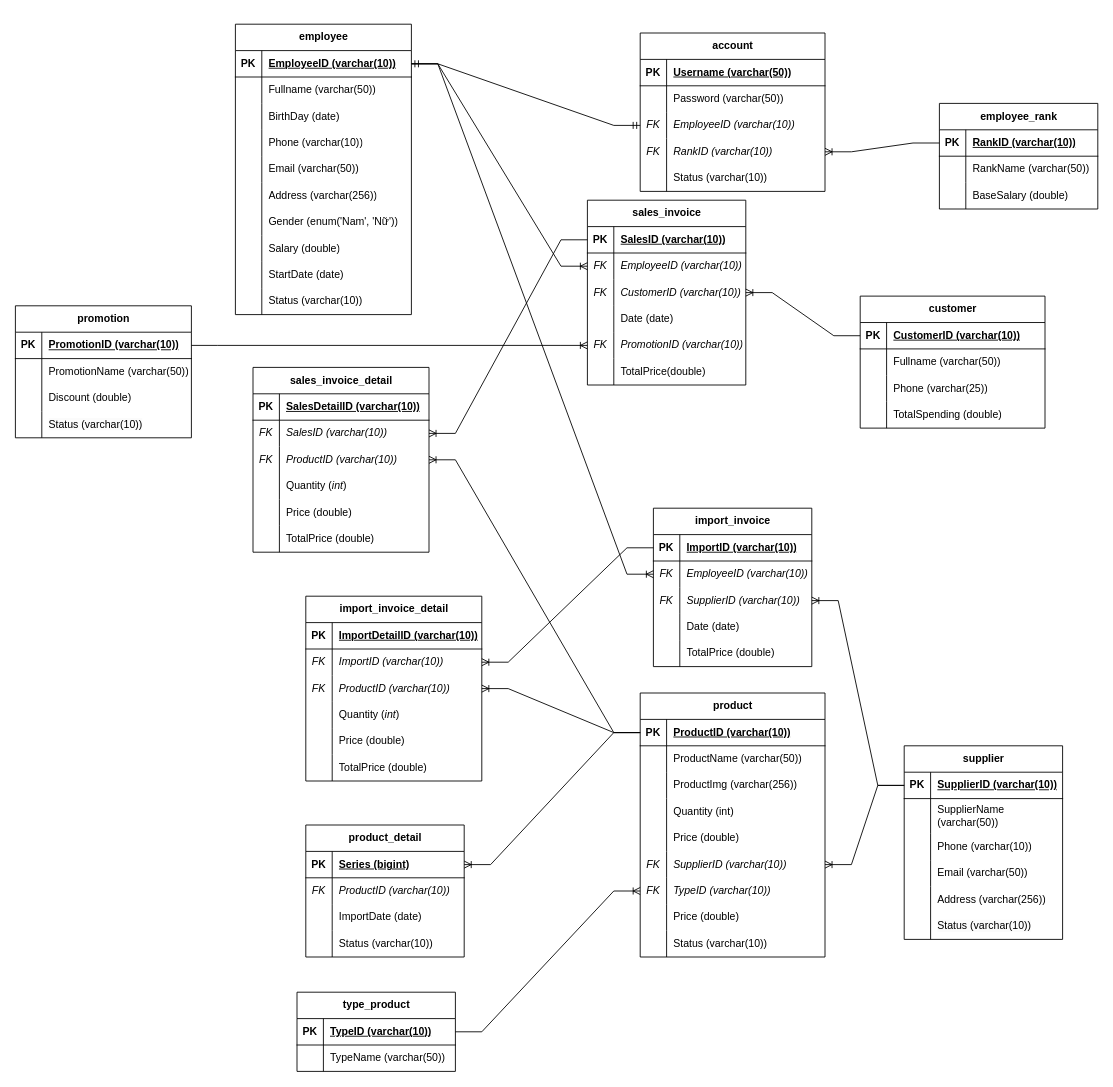
This is badmintonshopmanagerERD.drawio from NguyenToanThang-kotaru/BadmintonShopMangager, a draw.io file, before an edit. Source tidied: cells renumbered, new cells numbered last; positions are measured from the earlier drawing's top-left corner, leaving out a move shared by most shapes. Both pictures are drawn from the tidied source at 88%, with x=0, y=0 at pixel (15, 24).
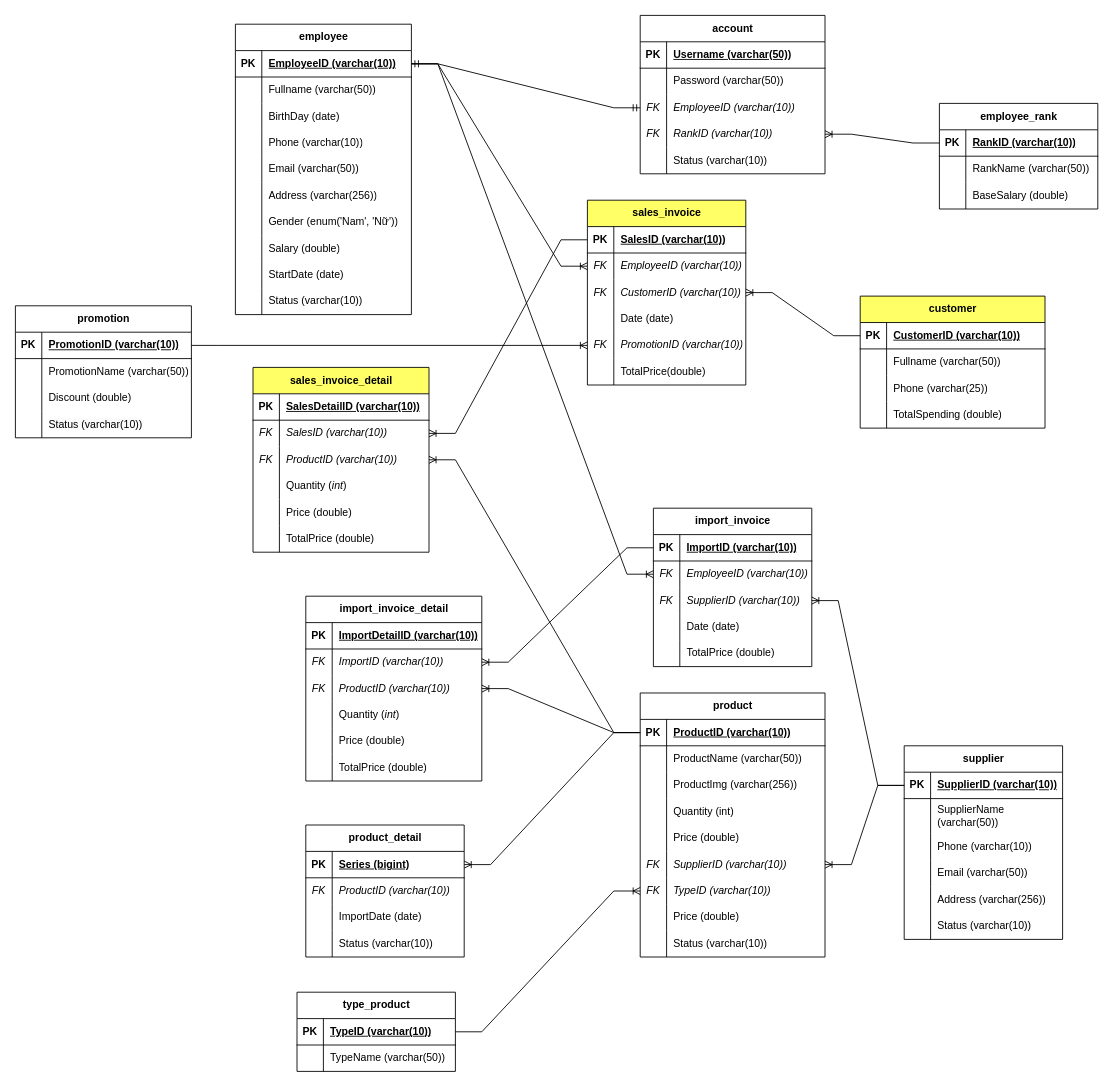
Above is the later version.

The edit, as a diff of the source:
```diff
@@
-    <mxCell id="2" value="customer" style="shape=table;startSize=30;childLayout=tableLayout;rowLines=0;fontStyle=1;align=center;html=1;" parent="1" vertex="1">
+    <mxCell id="2" value="customer" style="shape=table;startSize=30;childLayout=tableLayout;rowLines=0;fontStyle=1;align=center;html=1;fillColor=light-dark(#FFFF66,var(--ge-dark-color, #121212));" parent="1" vertex="1">
       <mxGeometry x="960" y="309" width="210" height="150" as="geometry" />
     </mxCell>
@@
     <mxCell id="15" value="account" style="shape=table;startSize=30;childLayout=tableLayout;rowLines=0;fontStyle=1;align=center;html=1;" parent="1" vertex="1">
-      <mxGeometry x="710" y="10" width="210" height="180" as="geometry" />
+      <mxGeometry x="710" y="-10" width="210" height="180" as="geometry" />
     </mxCell>
@@
-    <mxCell id="168" value="sales_invoice" style="shape=table;startSize=30;childLayout=tableLayout;rowLines=0;fontStyle=1;align=center;html=1;" parent="1" vertex="1">
+    <mxCell id="168" value="sales_invoice" style="shape=table;startSize=30;childLayout=tableLayout;rowLines=0;fontStyle=1;align=center;html=1;fillColor=light-dark(#FFFF66,#000000);" parent="1" vertex="1">
       <mxGeometry x="650" y="200" width="180" height="210" as="geometry" />
     </mxCell>
@@
-    <mxCell id="187" value="sales_invoice_detail" style="shape=table;startSize=30;childLayout=tableLayout;rowLines=0;fontStyle=1;align=center;html=1;" parent="1" vertex="1">
+    <mxCell id="187" value="sales_invoice_detail" style="shape=table;startSize=30;childLayout=tableLayout;rowLines=0;fontStyle=1;align=center;html=1;fillColor=light-dark(#FFFF66,#000000);" parent="1" vertex="1">
       <mxGeometry x="270" y="390" width="200" height="210" as="geometry" />
     </mxCell>
```
